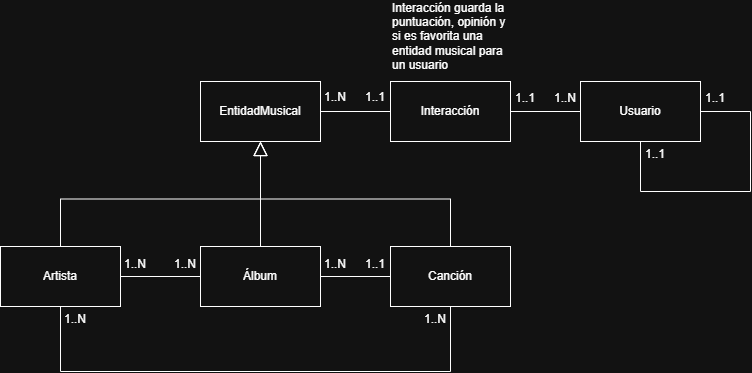
Earlier version of the draw.io export domain_model.png (ezewheel/dsw-back). Source tidied: cells renumbered, new cells last; positions are measured from the earlier drawing's top-left corner, leaving out a move shared by most shapes. Its diagram source:
```xml
<mxGraphModel>
  <root>
    <mxCell id="0" />
    <mxCell id="1" parent="0" />
    <mxCell id="2" style="edgeStyle=orthogonalEdgeStyle;rounded=0;jettySize=auto;html=1;endArrow=none;endFill=0;" parent="1" edge="1" source="3" target="21">
      <mxGeometry relative="1" as="geometry" />
    </mxCell>
    <mxCell id="3" value="EntidadMusical" style="rounded=0;whiteSpace=wrap;html=1;" parent="1" vertex="1">
      <mxGeometry x="200" y="70" width="120" height="60" as="geometry" />
    </mxCell>
    <mxCell id="4" style="edgeStyle=orthogonalEdgeStyle;rounded=0;jettySize=auto;html=1;exitX=0.5;exitY=0;exitDx=0;exitDy=0;entryX=0.5;entryY=1;entryDx=0;entryDy=0;endArrow=block;endFill=0;endSize=12;" parent="1" edge="1" source="7" target="3">
      <mxGeometry relative="1" as="geometry" />
    </mxCell>
    <mxCell id="5" style="edgeStyle=orthogonalEdgeStyle;rounded=0;jettySize=auto;html=1;endArrow=none;endFill=0;" parent="1" edge="1" source="7" target="10">
      <mxGeometry relative="1" as="geometry" />
    </mxCell>
    <mxCell id="6" style="edgeStyle=orthogonalEdgeStyle;rounded=0;jettySize=auto;html=1;exitX=0.5;exitY=1;exitDx=0;exitDy=0;entryX=0.5;entryY=1;entryDx=0;entryDy=0;endArrow=none;endFill=0;" parent="1" edge="1" source="7" target="12">
      <mxGeometry relative="1" as="geometry">
        <Array as="points">
          <mxPoint x="60" y="360" />
          <mxPoint x="450" y="360" />
        </Array>
      </mxGeometry>
    </mxCell>
    <mxCell id="7" value="Artista" style="rounded=0;whiteSpace=wrap;html=1;" parent="1" vertex="1">
      <mxGeometry y="235" width="120" height="60" as="geometry" />
    </mxCell>
    <mxCell id="8" style="edgeStyle=orthogonalEdgeStyle;rounded=0;jettySize=auto;html=1;endArrow=block;endFill=0;startSize=50;endSize=12;" parent="1" edge="1" source="10" target="3">
      <mxGeometry relative="1" as="geometry" />
    </mxCell>
    <mxCell id="9" style="edgeStyle=orthogonalEdgeStyle;rounded=0;jettySize=auto;html=1;endArrow=none;endFill=0;" parent="1" edge="1" source="10" target="12">
      <mxGeometry relative="1" as="geometry" />
    </mxCell>
    <mxCell id="10" value="&lt;div&gt;Álbum&lt;/div&gt;" style="rounded=0;whiteSpace=wrap;html=1;" parent="1" vertex="1">
      <mxGeometry x="200" y="235" width="120" height="60" as="geometry" />
    </mxCell>
    <mxCell id="11" style="edgeStyle=orthogonalEdgeStyle;rounded=0;jettySize=auto;html=1;exitX=0.5;exitY=0;exitDx=0;exitDy=0;entryX=0.5;entryY=1;entryDx=0;entryDy=0;endArrow=block;endFill=0;startSize=12;endSize=12;" parent="1" edge="1" source="12" target="3">
      <mxGeometry relative="1" as="geometry" />
    </mxCell>
    <mxCell id="12" value="Canción" style="rounded=0;whiteSpace=wrap;html=1;" parent="1" vertex="1">
      <mxGeometry x="390" y="235" width="120" height="60" as="geometry" />
    </mxCell>
    <mxCell id="13" value="1..N" style="text;html=1;whiteSpace=wrap;strokeColor=none;fillColor=none;align=center;verticalAlign=middle;rounded=0;" parent="1" vertex="1">
      <mxGeometry x="60" y="295" width="30" height="25" as="geometry" />
    </mxCell>
    <mxCell id="14" value="1..N" style="text;html=1;whiteSpace=wrap;strokeColor=none;fillColor=none;align=center;verticalAlign=middle;rounded=0;" parent="1" vertex="1">
      <mxGeometry x="120" y="240" width="30" height="25" as="geometry" />
    </mxCell>
    <mxCell id="15" value="1..N" style="text;html=1;whiteSpace=wrap;strokeColor=none;fillColor=none;align=center;verticalAlign=middle;rounded=0;" parent="1" vertex="1">
      <mxGeometry x="420" y="295" width="30" height="25" as="geometry" />
    </mxCell>
    <mxCell id="16" value="1..N" style="text;html=1;whiteSpace=wrap;strokeColor=none;fillColor=none;align=center;verticalAlign=middle;rounded=0;" parent="1" vertex="1">
      <mxGeometry x="320" y="240" width="30" height="25" as="geometry" />
    </mxCell>
    <mxCell id="17" value="1..N" style="text;html=1;whiteSpace=wrap;strokeColor=none;fillColor=none;align=center;verticalAlign=middle;rounded=0;" parent="1" vertex="1">
      <mxGeometry x="170" y="240" width="30" height="25" as="geometry" />
    </mxCell>
    <mxCell id="18" value="1..1" style="text;html=1;whiteSpace=wrap;strokeColor=none;fillColor=none;align=center;verticalAlign=middle;rounded=0;" parent="1" vertex="1">
      <mxGeometry x="360" y="240" width="30" height="25" as="geometry" />
    </mxCell>
    <mxCell id="19" value="Usuario" style="rounded=0;whiteSpace=wrap;html=1;" parent="1" vertex="1">
      <mxGeometry x="580" y="70" width="120" height="60" as="geometry" />
    </mxCell>
    <mxCell id="20" style="edgeStyle=orthogonalEdgeStyle;rounded=0;jettySize=auto;html=1;endArrow=none;endFill=0;" parent="1" edge="1" source="21" target="19">
      <mxGeometry relative="1" as="geometry" />
    </mxCell>
    <mxCell id="21" value="Interacción" style="rounded=0;whiteSpace=wrap;html=1;" parent="1" vertex="1">
      <mxGeometry x="390" y="70" width="120" height="60" as="geometry" />
    </mxCell>
    <mxCell id="22" style="edgeStyle=orthogonalEdgeStyle;rounded=0;orthogonalLoop=1;jettySize=auto;html=1;exitX=0.5;exitY=1;exitDx=0;exitDy=0;entryX=1;entryY=0.5;entryDx=0;entryDy=0;endArrow=none;endFill=0;" parent="1" edge="1" source="19" target="19">
      <mxGeometry relative="1" as="geometry">
        <Array as="points">
          <mxPoint x="640" y="180" />
          <mxPoint x="750" y="180" />
          <mxPoint x="750" y="100" />
        </Array>
      </mxGeometry>
    </mxCell>
    <mxCell id="23" value="1..1" style="text;html=1;whiteSpace=wrap;strokeColor=none;fillColor=none;align=center;verticalAlign=middle;rounded=0;" parent="1" vertex="1">
      <mxGeometry x="640" y="130" width="30" height="25" as="geometry" />
    </mxCell>
    <mxCell id="24" value="1..1" style="text;html=1;whiteSpace=wrap;strokeColor=none;fillColor=none;align=center;verticalAlign=middle;rounded=0;" parent="1" vertex="1">
      <mxGeometry x="700" y="74" width="30" height="25" as="geometry" />
    </mxCell>
    <mxCell id="25" value="Interacción guarda la puntuación, opinión y si es favorita una entidad musical para un usuario" style="text;html=1;whiteSpace=wrap;strokeColor=none;fillColor=none;align=left;verticalAlign=middle;rounded=0;" parent="1" vertex="1">
      <mxGeometry x="390" width="120" height="50" as="geometry" />
    </mxCell>
    <mxCell id="26" value="1..N" style="text;html=1;whiteSpace=wrap;strokeColor=none;fillColor=none;align=center;verticalAlign=middle;rounded=0;" parent="1" vertex="1">
      <mxGeometry x="550" y="74" width="30" height="25" as="geometry" />
    </mxCell>
    <mxCell id="27" value="1..1" style="text;html=1;whiteSpace=wrap;strokeColor=none;fillColor=none;align=center;verticalAlign=middle;rounded=0;" parent="1" vertex="1">
      <mxGeometry x="510" y="74" width="30" height="25" as="geometry" />
    </mxCell>
    <mxCell id="28" value="1..N" style="text;html=1;whiteSpace=wrap;strokeColor=none;fillColor=none;align=center;verticalAlign=middle;rounded=0;" parent="1" vertex="1">
      <mxGeometry x="320" y="73" width="30" height="25" as="geometry" />
    </mxCell>
    <mxCell id="29" value="1..1" style="text;html=1;whiteSpace=wrap;strokeColor=none;fillColor=none;align=center;verticalAlign=middle;rounded=0;" parent="1" vertex="1">
      <mxGeometry x="360" y="73" width="30" height="25" as="geometry" />
    </mxCell>
  </root>
</mxGraphModel>
```
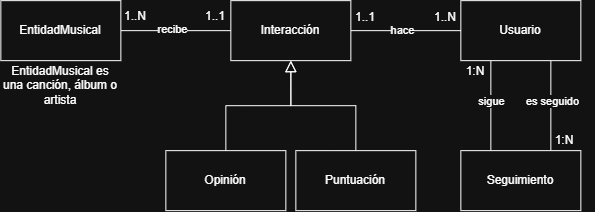
Above is the later version.

Commit message:
Actualización del modelo de dominio

The edit, as a diff of the source:
```diff
@@ -5,97 +5,79 @@
     <mxCell id="2" style="edgeStyle=orthogonalEdgeStyle;rounded=0;jettySize=auto;html=1;endArrow=none;endFill=0;" parent="1" edge="1" source="3" target="21">
       <mxGeometry relative="1" as="geometry" />
     </mxCell>
+    <mxCell id="30" value="recibe" style="edgeLabel;html=1;align=center;verticalAlign=middle;" parent="2" vertex="1">
+      <mxGeometry x="-0.06" y="-1" relative="1" as="geometry">
+        <mxPoint y="-2" as="offset" />
+      </mxGeometry>
+    </mxCell>
     <mxCell id="3" value="EntidadMusical" style="rounded=0;whiteSpace=wrap;html=1;" parent="1" vertex="1">
-      <mxGeometry x="200" y="70" width="120" height="60" as="geometry" />
+      <mxGeometry x="60" y="70" width="120" height="60" as="geometry" />
     </mxCell>
-    <mxCell id="4" style="edgeStyle=orthogonalEdgeStyle;rounded=0;jettySize=auto;html=1;exitX=0.5;exitY=0;exitDx=0;exitDy=0;entryX=0.5;entryY=1;entryDx=0;entryDy=0;endArrow=block;endFill=0;endSize=12;" parent="1" edge="1" source="7" target="3">
-      <mxGeometry relative="1" as="geometry" />
-    </mxCell>
-    <mxCell id="5" style="edgeStyle=orthogonalEdgeStyle;rounded=0;jettySize=auto;html=1;endArrow=none;endFill=0;" parent="1" edge="1" source="7" target="10">
-      <mxGeometry relative="1" as="geometry" />
-    </mxCell>
-    <mxCell id="6" style="edgeStyle=orthogonalEdgeStyle;rounded=0;jettySize=auto;html=1;exitX=0.5;exitY=1;exitDx=0;exitDy=0;entryX=0.5;entryY=1;entryDx=0;entryDy=0;endArrow=none;endFill=0;" parent="1" edge="1" source="7" target="12">
-      <mxGeometry relative="1" as="geometry">
-        <Array as="points">
-          <mxPoint x="60" y="360" />
-          <mxPoint x="450" y="360" />
-        </Array>
-      </mxGeometry>
-    </mxCell>
-    <mxCell id="7" value="Artista" style="rounded=0;whiteSpace=wrap;html=1;" parent="1" vertex="1">
-      <mxGeometry y="235" width="120" height="60" as="geometry" />
-    </mxCell>
-    <mxCell id="8" style="edgeStyle=orthogonalEdgeStyle;rounded=0;jettySize=auto;html=1;endArrow=block;endFill=0;startSize=50;endSize=12;" parent="1" edge="1" source="10" target="3">
-      <mxGeometry relative="1" as="geometry" />
-    </mxCell>
-    <mxCell id="9" style="edgeStyle=orthogonalEdgeStyle;rounded=0;jettySize=auto;html=1;endArrow=none;endFill=0;" parent="1" edge="1" source="10" target="12">
-      <mxGeometry relative="1" as="geometry" />
-    </mxCell>
-    <mxCell id="10" value="&lt;div&gt;Álbum&lt;/div&gt;" style="rounded=0;whiteSpace=wrap;html=1;" parent="1" vertex="1">
-      <mxGeometry x="200" y="235" width="120" height="60" as="geometry" />
-    </mxCell>
-    <mxCell id="11" style="edgeStyle=orthogonalEdgeStyle;rounded=0;jettySize=auto;html=1;exitX=0.5;exitY=0;exitDx=0;exitDy=0;entryX=0.5;entryY=1;entryDx=0;entryDy=0;endArrow=block;endFill=0;startSize=12;endSize=12;" parent="1" edge="1" source="12" target="3">
-      <mxGeometry relative="1" as="geometry" />
-    </mxCell>
-    <mxCell id="12" value="Canción" style="rounded=0;whiteSpace=wrap;html=1;" parent="1" vertex="1">
-      <mxGeometry x="390" y="235" width="120" height="60" as="geometry" />
-    </mxCell>
-    <mxCell id="13" value="1..N" style="text;html=1;whiteSpace=wrap;strokeColor=none;fillColor=none;align=center;verticalAlign=middle;rounded=0;" parent="1" vertex="1">
-      <mxGeometry x="60" y="295" width="30" height="25" as="geometry" />
-    </mxCell>
-    <mxCell id="14" value="1..N" style="text;html=1;whiteSpace=wrap;strokeColor=none;fillColor=none;align=center;verticalAlign=middle;rounded=0;" parent="1" vertex="1">
-      <mxGeometry x="120" y="240" width="30" height="25" as="geometry" />
-    </mxCell>
-    <mxCell id="15" value="1..N" style="text;html=1;whiteSpace=wrap;strokeColor=none;fillColor=none;align=center;verticalAlign=middle;rounded=0;" parent="1" vertex="1">
-      <mxGeometry x="420" y="295" width="30" height="25" as="geometry" />
-    </mxCell>
-    <mxCell id="16" value="1..N" style="text;html=1;whiteSpace=wrap;strokeColor=none;fillColor=none;align=center;verticalAlign=middle;rounded=0;" parent="1" vertex="1">
-      <mxGeometry x="320" y="240" width="30" height="25" as="geometry" />
-    </mxCell>
-    <mxCell id="17" value="1..N" style="text;html=1;whiteSpace=wrap;strokeColor=none;fillColor=none;align=center;verticalAlign=middle;rounded=0;" parent="1" vertex="1">
-      <mxGeometry x="170" y="240" width="30" height="25" as="geometry" />
-    </mxCell>
-    <mxCell id="18" value="1..1" style="text;html=1;whiteSpace=wrap;strokeColor=none;fillColor=none;align=center;verticalAlign=middle;rounded=0;" parent="1" vertex="1">
-      <mxGeometry x="360" y="240" width="30" height="25" as="geometry" />
-    </mxCell>
+    <mxCell id="31" style="edgeStyle=orthogonalEdgeStyle;rounded=0;jettySize=auto;html=1;exitX=0.25;exitY=1;exitDx=0;exitDy=0;entryX=0.25;entryY=0;entryDx=0;entryDy=0;endArrow=none;endFill=0;" parent="1" edge="1" source="19" target="41">
+      <mxGeometry relative="1" as="geometry" />
+    </mxCell>
+    <mxCell id="32" value="sigue" style="edgeLabel;html=1;align=center;verticalAlign=middle;" parent="31" vertex="1">
+      <mxGeometry x="-0.07" relative="1" as="geometry">
+        <mxPoint y="-1" as="offset" />
+      </mxGeometry>
+    </mxCell>
+    <mxCell id="33" style="edgeStyle=orthogonalEdgeStyle;rounded=0;jettySize=auto;html=1;exitX=0.75;exitY=1;exitDx=0;exitDy=0;entryX=0.75;entryY=0;entryDx=0;entryDy=0;endArrow=none;endFill=0;" parent="1" edge="1" source="19" target="41">
+      <mxGeometry relative="1" as="geometry" />
+    </mxCell>
+    <mxCell id="34" value="es seguido" style="edgeLabel;html=1;align=center;verticalAlign=middle;" parent="33" vertex="1">
+      <mxGeometry x="-0.15" y="1" relative="1" as="geometry">
+        <mxPoint y="2" as="offset" />
+      </mxGeometry>
+    </mxCell>
     <mxCell id="19" value="Usuario" style="rounded=0;whiteSpace=wrap;html=1;" parent="1" vertex="1">
-      <mxGeometry x="580" y="70" width="120" height="60" as="geometry" />
+      <mxGeometry x="520" y="70" width="120" height="60" as="geometry" />
     </mxCell>
     <mxCell id="20" style="edgeStyle=orthogonalEdgeStyle;rounded=0;jettySize=auto;html=1;endArrow=none;endFill=0;" parent="1" edge="1" source="21" target="19">
       <mxGeometry relative="1" as="geometry" />
     </mxCell>
+    <mxCell id="35" value="hace" style="edgeLabel;html=1;align=center;verticalAlign=middle;" parent="20" vertex="1">
+      <mxGeometry x="-0.08" y="2" relative="1" as="geometry">
+        <mxPoint y="2" as="offset" />
+      </mxGeometry>
+    </mxCell>
     <mxCell id="21" value="Interacción" style="rounded=0;whiteSpace=wrap;html=1;" parent="1" vertex="1">
-      <mxGeometry x="390" y="70" width="120" height="60" as="geometry" />
+      <mxGeometry x="290" y="70" width="120" height="60" as="geometry" />
     </mxCell>
-    <mxCell id="22" style="edgeStyle=orthogonalEdgeStyle;rounded=0;orthogonalLoop=1;jettySize=auto;html=1;exitX=0.5;exitY=1;exitDx=0;exitDy=0;entryX=1;entryY=0.5;entryDx=0;entryDy=0;endArrow=none;endFill=0;" parent="1" edge="1" source="19" target="19">
-      <mxGeometry relative="1" as="geometry">
-        <Array as="points">
-          <mxPoint x="640" y="180" />
-          <mxPoint x="750" y="180" />
-          <mxPoint x="750" y="100" />
-        </Array>
-      </mxGeometry>
-    </mxCell>
-    <mxCell id="23" value="1..1" style="text;html=1;whiteSpace=wrap;strokeColor=none;fillColor=none;align=center;verticalAlign=middle;rounded=0;" parent="1" vertex="1">
-      <mxGeometry x="640" y="130" width="30" height="25" as="geometry" />
-    </mxCell>
-    <mxCell id="24" value="1..1" style="text;html=1;whiteSpace=wrap;strokeColor=none;fillColor=none;align=center;verticalAlign=middle;rounded=0;" parent="1" vertex="1">
-      <mxGeometry x="700" y="74" width="30" height="25" as="geometry" />
-    </mxCell>
-    <mxCell id="25" value="Interacción guarda la puntuación, opinión y si es favorita una entidad musical para un usuario" style="text;html=1;whiteSpace=wrap;strokeColor=none;fillColor=none;align=left;verticalAlign=middle;rounded=0;" parent="1" vertex="1">
-      <mxGeometry x="390" width="120" height="50" as="geometry" />
-    </mxCell>
     <mxCell id="26" value="1..N" style="text;html=1;whiteSpace=wrap;strokeColor=none;fillColor=none;align=center;verticalAlign=middle;rounded=0;" parent="1" vertex="1">
-      <mxGeometry x="550" y="74" width="30" height="25" as="geometry" />
+      <mxGeometry x="490" y="74" width="30" height="25" as="geometry" />
     </mxCell>
     <mxCell id="27" value="1..1" style="text;html=1;whiteSpace=wrap;strokeColor=none;fillColor=none;align=center;verticalAlign=middle;rounded=0;" parent="1" vertex="1">
-      <mxGeometry x="510" y="74" width="30" height="25" as="geometry" />
+      <mxGeometry x="410" y="74" width="30" height="25" as="geometry" />
     </mxCell>
     <mxCell id="28" value="1..N" style="text;html=1;whiteSpace=wrap;strokeColor=none;fillColor=none;align=center;verticalAlign=middle;rounded=0;" parent="1" vertex="1">
-      <mxGeometry x="320" y="73" width="30" height="25" as="geometry" />
+      <mxGeometry x="180" y="73" width="30" height="25" as="geometry" />
     </mxCell>
     <mxCell id="29" value="1..1" style="text;html=1;whiteSpace=wrap;strokeColor=none;fillColor=none;align=center;verticalAlign=middle;rounded=0;" parent="1" vertex="1">
-      <mxGeometry x="360" y="73" width="30" height="25" as="geometry" />
+      <mxGeometry x="260" y="73" width="30" height="25" as="geometry" />
     </mxCell>
+    <mxCell id="36" value="EntidadMusical es una canción, álbum o artista" style="text;html=1;whiteSpace=wrap;strokeColor=none;fillColor=none;align=center;verticalAlign=middle;rounded=0;" parent="1" vertex="1">
+      <mxGeometry x="60" y="140" width="120" height="30" as="geometry" />
+    </mxCell>
+    <mxCell id="37" style="edgeStyle=orthogonalEdgeStyle;rounded=0;jettySize=auto;html=1;exitX=0.5;exitY=0;exitDx=0;exitDy=0;entryX=0.5;entryY=1;entryDx=0;entryDy=0;endArrow=block;endFill=0;endSize=9;" parent="1" edge="1" source="38" target="21">
+      <mxGeometry relative="1" as="geometry" />
+    </mxCell>
+    <mxCell id="38" value="Opinión" style="whiteSpace=wrap;html=1;" parent="1" vertex="1">
+      <mxGeometry x="225" y="220" width="120" height="60" as="geometry" />
+    </mxCell>
+    <mxCell id="39" style="edgeStyle=orthogonalEdgeStyle;rounded=0;jettySize=auto;html=1;exitX=0.5;exitY=0;exitDx=0;exitDy=0;entryX=0.5;entryY=1;entryDx=0;entryDy=0;endArrow=block;endFill=0;endSize=9;" parent="1" edge="1" source="40" target="21">
+      <mxGeometry relative="1" as="geometry" />
+    </mxCell>
+    <mxCell id="40" value="Puntuación" style="whiteSpace=wrap;html=1;" parent="1" vertex="1">
+      <mxGeometry x="355" y="220" width="120" height="60" as="geometry" />
+    </mxCell>
+    <mxCell id="41" value="Seguimiento" style="whiteSpace=wrap;html=1;" parent="1" vertex="1">
+      <mxGeometry x="520" y="220" width="120" height="60" as="geometry" />
+    </mxCell>
+    <mxCell id="42" value="1:N" style="text;html=1;whiteSpace=wrap;strokeColor=none;fillColor=none;align=center;verticalAlign=middle;rounded=0;" parent="1" vertex="1">
+      <mxGeometry x="505" y="126" width="60" height="30" as="geometry" />
+    </mxCell>
+    <mxCell id="43" value="1:N" style="text;html=1;whiteSpace=wrap;strokeColor=none;fillColor=none;align=center;verticalAlign=middle;rounded=0;" parent="1" vertex="1">
+      <mxGeometry x="594" y="195" width="60" height="30" as="geometry" />
+    </mxCell>
   </root>
 </mxGraphModel>
```
